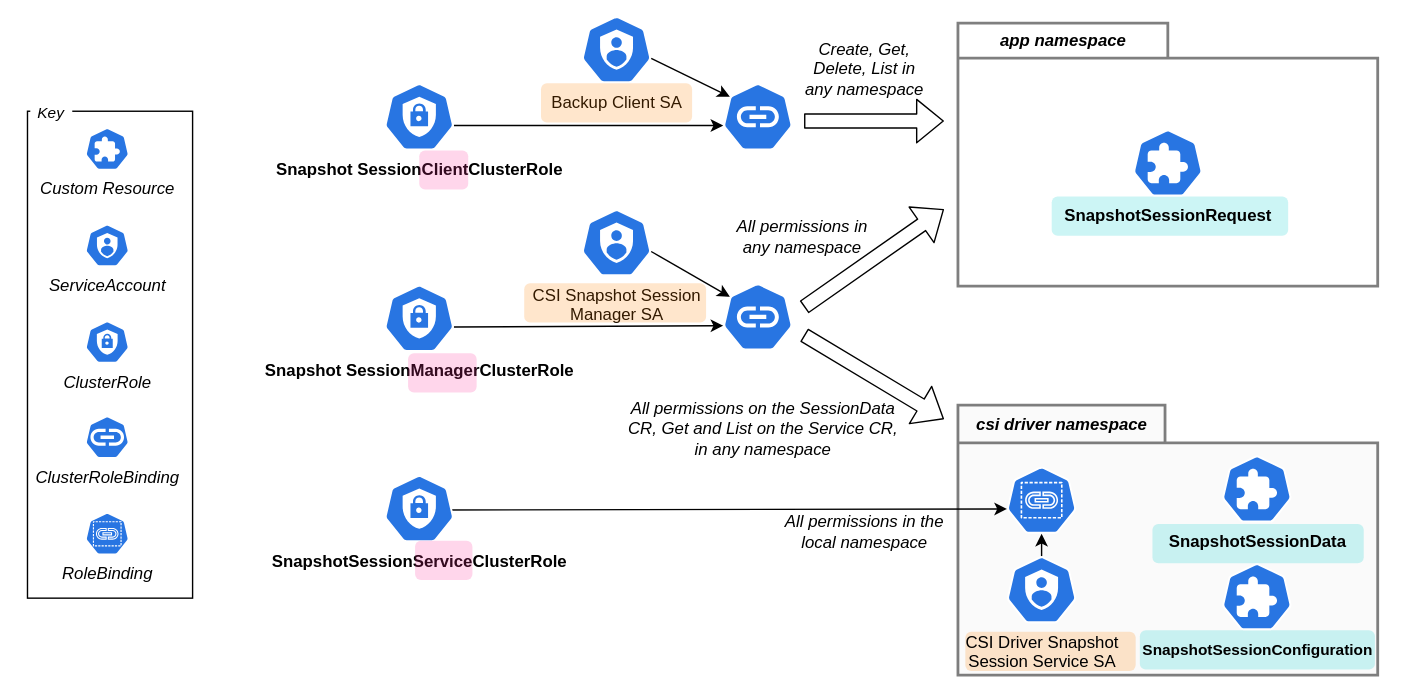
Above: keps/sig-storage/3314-csi-changed-block-tracking/cbt-kep-multi-csi-roles.drawio.svg in kubernetes/enhancements (draw.io), before the change. Source tidied: cells renumbered, new cells last; positions are measured from the earlier drawing's top-left corner, leaving out a move shared by most shapes.
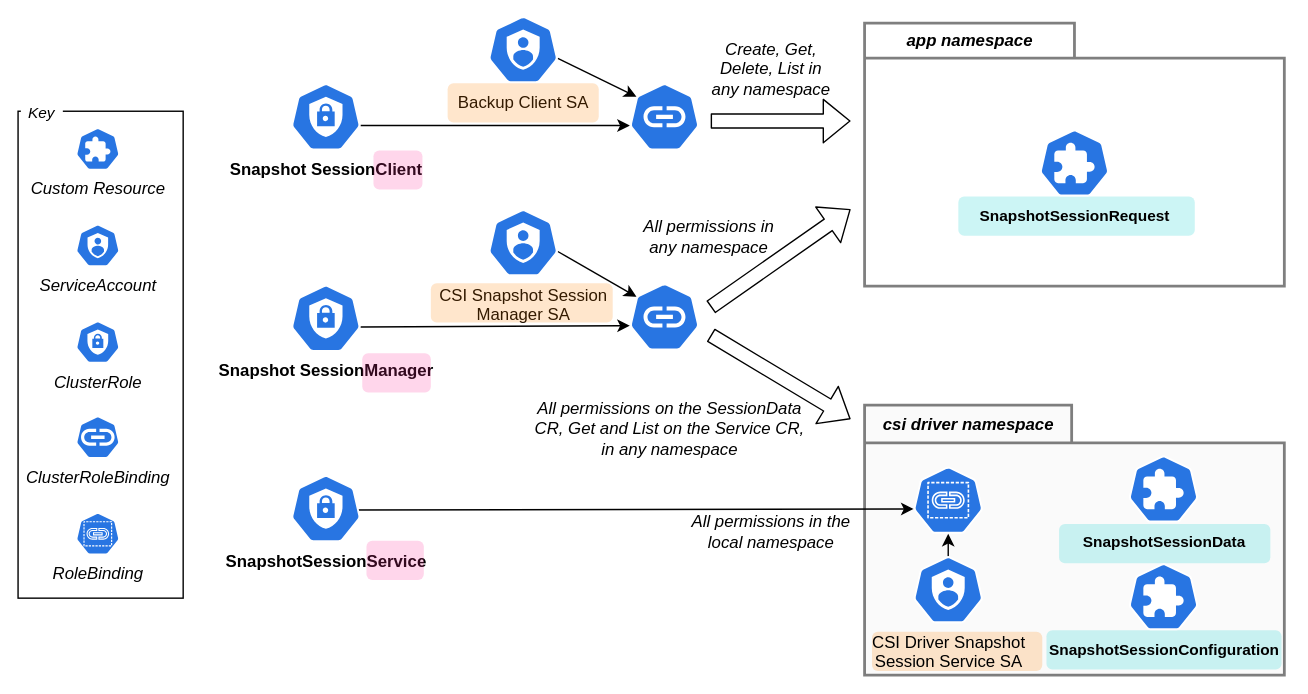
Later version of the same file.

The edit, as a diff of the source:
```diff
@@ -3,7 +3,7 @@
     <mxCell id="0" />
     <mxCell id="1" parent="0" />
     <mxCell id="2" style="rounded=0;whiteSpace=wrap;html=1;hachureGap=4;fontFamily=Architects Daughter;fontSource=https%3A%2F%2Ffonts.googleapis.com%2Fcss%3Ffamily%3DArchitects%2BDaughter;fontSize=11;fillStyle=solid;fillColor=#FFFFFF;strokeColor=none;" parent="1" vertex="1">
-      <mxGeometry y="61" width="1000" height="495" as="geometry" />
+      <mxGeometry x="67" y="61" width="933" height="495" as="geometry" />
     </mxCell>
     <mxCell id="3" value="&lt;i style=&quot;&quot;&gt;&lt;font color=&quot;#000000&quot;&gt;csi driver namespace&lt;/font&gt;&lt;/i&gt;" style="shape=folder;fontStyle=1;tabWidth=148;tabHeight=27;tabPosition=left;html=1;boundedLbl=1;labelInHeader=1;labelBackgroundColor=none;fillColor=#f5f5f5;strokeColor=#000000;strokeWidth=2;fontColor=#333333;opacity=50;" parent="1" vertex="1">
       <mxGeometry x="684" y="350" width="300" height="193" as="geometry" />
@@ -22,7 +22,7 @@
         <mxPoint y="30" as="offset" />
       </mxGeometry>
     </mxCell>
-    <mxCell id="8" value="&lt;b&gt;SnapshotSessionData&lt;/b&gt;" style="sketch=0;html=1;dashed=0;whitespace=wrap;fillColor=#2875E2;strokeColor=#ffffff;verticalLabelPosition=bottom;align=center;verticalAlign=top;shape=mxgraph.kubernetes.icon;prIcon=crd;fontColor=#000000;" parent="3" vertex="1">
+    <mxCell id="8" value="&lt;b&gt;&lt;font style=&quot;font-size: 11px;&quot;&gt;SnapshotSessionData&lt;/font&gt;&lt;/b&gt;" style="sketch=0;html=1;dashed=0;whitespace=wrap;fillColor=#2875E2;strokeColor=#ffffff;verticalLabelPosition=bottom;align=center;verticalAlign=top;shape=mxgraph.kubernetes.icon;prIcon=crd;fontColor=#000000;" parent="3" vertex="1">
       <mxGeometry x="186.9" y="36" width="53.6" height="48" as="geometry" />
     </mxCell>
     <mxCell id="9" value="&lt;b&gt;&lt;font style=&quot;font-size: 11px;&quot;&gt;SnapshotSessionConfiguration&lt;/font&gt;&lt;/b&gt;" style="sketch=0;html=1;dashed=0;whitespace=wrap;fillColor=#2875E2;strokeColor=#ffffff;verticalLabelPosition=bottom;align=center;verticalAlign=top;shape=mxgraph.kubernetes.icon;prIcon=crd;fontColor=#000000;" parent="3" vertex="1">
@@ -48,7 +48,7 @@
         <mxPoint y="30" as="offset" />
       </mxGeometry>
     </mxCell>
-    <mxCell id="16" value="&lt;b&gt;SnapshotSessionRequest&lt;/b&gt;" style="sketch=0;html=1;dashed=0;whitespace=wrap;fillColor=#2875E2;strokeColor=#ffffff;verticalLabelPosition=bottom;align=center;verticalAlign=top;shape=mxgraph.kubernetes.icon;prIcon=crd;fontColor=#000000;" parent="13" vertex="1">
+    <mxCell id="16" value="&lt;b&gt;&lt;font style=&quot;font-size: 11px;&quot;&gt;SnapshotSessionRequest&lt;/font&gt;&lt;/b&gt;" style="sketch=0;html=1;dashed=0;whitespace=wrap;fillColor=#2875E2;strokeColor=#ffffff;verticalLabelPosition=bottom;align=center;verticalAlign=top;shape=mxgraph.kubernetes.icon;prIcon=crd;fontColor=#000000;" parent="13" vertex="1">
       <mxGeometry x="123.2" y="76" width="53.6" height="48" as="geometry" />
     </mxCell>
     <mxCell id="17" style="edgeStyle=none;html=1;exitX=0.78;exitY=0.521;exitDx=0;exitDy=0;exitPerimeter=0;fontColor=#990000;entryX=0.005;entryY=0.63;entryDx=0;entryDy=0;entryPerimeter=0;" parent="1" edge="1" source="30" target="10">
@@ -57,13 +57,13 @@
     <mxCell id="18" style="edgeStyle=none;html=1;exitX=0.995;exitY=0.63;exitDx=0;exitDy=0;exitPerimeter=0;entryX=0.005;entryY=0.63;entryDx=0;entryDy=0;entryPerimeter=0;fontColor=#990000;" parent="1" edge="1" source="19" target="25">
       <mxGeometry relative="1" as="geometry" />
     </mxCell>
-    <mxCell id="19" value="&lt;b style=&quot;border-color: var(--border-color);&quot;&gt;Snapshot&lt;/b&gt;&lt;b&gt;SessionManagerClusterRole&lt;/b&gt;" style="sketch=0;html=1;dashed=0;whitespace=wrap;fillColor=#2875E2;strokeColor=#ffffff;points=[[0.005,0.63,0],[0.1,0.2,0],[0.9,0.2,0],[0.5,0,0],[0.995,0.63,0],[0.72,0.99,0],[0.5,1,0],[0.28,0.99,0]];verticalLabelPosition=bottom;align=center;verticalAlign=top;shape=mxgraph.kubernetes.icon;prIcon=c_role;" parent="1" vertex="1">
+    <mxCell id="19" value="&lt;b style=&quot;border-color: var(--border-color);&quot;&gt;Snapshot&lt;/b&gt;&lt;b&gt;SessionManager&lt;/b&gt;" style="sketch=0;html=1;dashed=0;whitespace=wrap;fillColor=#2875E2;strokeColor=#ffffff;points=[[0.005,0.63,0],[0.1,0.2,0],[0.9,0.2,0],[0.5,0,0],[0.995,0.63,0],[0.72,0.99,0],[0.5,1,0],[0.28,0.99,0]];verticalLabelPosition=bottom;align=center;verticalAlign=top;shape=mxgraph.kubernetes.icon;prIcon=c_role;" parent="1" vertex="1">
       <mxGeometry x="274" y="264" width="50" height="48" as="geometry" />
     </mxCell>
     <mxCell id="20" style="edgeStyle=none;html=1;exitX=0.995;exitY=0.63;exitDx=0;exitDy=0;exitPerimeter=0;entryX=0.005;entryY=0.63;entryDx=0;entryDy=0;entryPerimeter=0;fontColor=#990000;" parent="1" edge="1" source="21" target="28">
       <mxGeometry relative="1" as="geometry" />
     </mxCell>
-    <mxCell id="21" value="&lt;b style=&quot;border-color: var(--border-color);&quot;&gt;Snapshot&lt;/b&gt;&lt;b&gt;SessionClientClusterRole&lt;/b&gt;" style="sketch=0;html=1;dashed=0;whitespace=wrap;fillColor=#2875E2;strokeColor=#ffffff;points=[[0.005,0.63,0],[0.1,0.2,0],[0.9,0.2,0],[0.5,0,0],[0.995,0.63,0],[0.72,0.99,0],[0.5,1,0],[0.28,0.99,0]];verticalLabelPosition=bottom;align=center;verticalAlign=top;shape=mxgraph.kubernetes.icon;prIcon=c_role;" parent="1" vertex="1">
+    <mxCell id="21" value="&lt;b style=&quot;border-color: var(--border-color);&quot;&gt;Snapshot&lt;/b&gt;&lt;b&gt;SessionClient&lt;/b&gt;" style="sketch=0;html=1;dashed=0;whitespace=wrap;fillColor=#2875E2;strokeColor=#ffffff;points=[[0.005,0.63,0],[0.1,0.2,0],[0.9,0.2,0],[0.5,0,0],[0.995,0.63,0],[0.72,0.99,0],[0.5,1,0],[0.28,0.99,0]];verticalLabelPosition=bottom;align=center;verticalAlign=top;shape=mxgraph.kubernetes.icon;prIcon=c_role;" parent="1" vertex="1">
       <mxGeometry x="274" y="120" width="50" height="48" as="geometry" />
     </mxCell>
     <mxCell id="22" style="edgeStyle=none;html=1;exitX=0.995;exitY=0.63;exitDx=0;exitDy=0;exitPerimeter=0;entryX=0.005;entryY=0.63;entryDx=0;entryDy=0;entryPerimeter=0;fontColor=#000000;" parent="1" edge="1">
@@ -94,7 +94,7 @@
         <mxPoint x="524" y="-0.4" as="targetPoint" />
       </mxGeometry>
     </mxCell>
-    <mxCell id="30" value="&lt;b style=&quot;border-color: var(--border-color);&quot;&gt;SnapshotSessionServiceClusterRole&lt;/b&gt;" style="sketch=0;html=1;dashed=0;whitespace=wrap;fillColor=#2875E2;strokeColor=#ffffff;points=[[0.005,0.63,0],[0.1,0.2,0],[0.9,0.2,0],[0.5,0,0],[0.995,0.63,0],[0.72,0.99,0],[0.5,1,0],[0.28,0.99,0]];verticalLabelPosition=bottom;align=center;verticalAlign=top;shape=mxgraph.kubernetes.icon;prIcon=c_role;" parent="1" vertex="1">
+    <mxCell id="30" value="&lt;b style=&quot;border-color: var(--border-color);&quot;&gt;SnapshotSessionService&lt;/b&gt;" style="sketch=0;html=1;dashed=0;whitespace=wrap;fillColor=#2875E2;strokeColor=#ffffff;points=[[0.005,0.63,0],[0.1,0.2,0],[0.9,0.2,0],[0.5,0,0],[0.995,0.63,0],[0.72,0.99,0],[0.5,1,0],[0.28,0.99,0]];verticalLabelPosition=bottom;align=center;verticalAlign=top;shape=mxgraph.kubernetes.icon;prIcon=c_role;" parent="1" vertex="1">
       <mxGeometry x="274" y="400" width="50" height="48" as="geometry" />
     </mxCell>
     <mxCell id="31" style="endArrow=classic;html=1;rounded=1;hachureGap=4;fontFamily=Architects Daughter;fontSource=https%3A%2F%2Ffonts.googleapis.com%2Fcss%3Ffamily%3DArchitects%2BDaughter;fontSize=16;shape=flexArrow;" parent="1" edge="1">
@@ -131,16 +131,16 @@
       <mxGeometry x="374" y="263" width="130" height="28" as="geometry" />
     </mxCell>
     <mxCell id="39" style="rounded=1;whiteSpace=wrap;html=1;sketch=0;hachureGap=4;jiggle=2;curveFitting=1;fontFamily=Helvetica;fontSize=11;fillColor=#FF3399;opacity=20;strokeColor=none;" parent="1" vertex="1">
-      <mxGeometry x="296" y="447" width="41" height="28" as="geometry" />
+      <mxGeometry x="328" y="447" width="41" height="28" as="geometry" />
     </mxCell>
     <mxCell id="40" style="rounded=1;whiteSpace=wrap;html=1;sketch=0;hachureGap=4;jiggle=2;curveFitting=1;fontFamily=Helvetica;fontSize=11;fillColor=#FF3399;opacity=20;strokeColor=none;" parent="1" vertex="1">
-      <mxGeometry x="291" y="313" width="49" height="28" as="geometry" />
+      <mxGeometry x="325" y="313" width="49" height="28" as="geometry" />
     </mxCell>
     <mxCell id="41" style="rounded=1;whiteSpace=wrap;html=1;sketch=0;hachureGap=4;jiggle=2;curveFitting=1;fontFamily=Helvetica;fontSize=11;fillColor=#FF3399;opacity=20;strokeColor=none;" parent="1" vertex="1">
-      <mxGeometry x="299" y="168" width="35" height="28" as="geometry" />
+      <mxGeometry x="333" y="168" width="35" height="28" as="geometry" />
     </mxCell>
     <mxCell id="42" style="group;" parent="1" vertex="1">
-      <mxGeometry x="19" y="122" width="118" height="366" as="geometry" />
+      <mxGeometry x="79" y="122" width="118" height="366" as="geometry" />
     </mxCell>
     <mxCell id="43" style="rounded=0;whiteSpace=wrap;html=1;hachureGap=4;fontFamily=Architects Daughter;fontSource=https%3A%2F%2Ffonts.googleapis.com%2Fcss%3Ffamily%3DArchitects%2BDaughter;fontSize=20;" parent="42" vertex="1">
       <mxGeometry y="18" width="118" height="348" as="geometry" />
```
